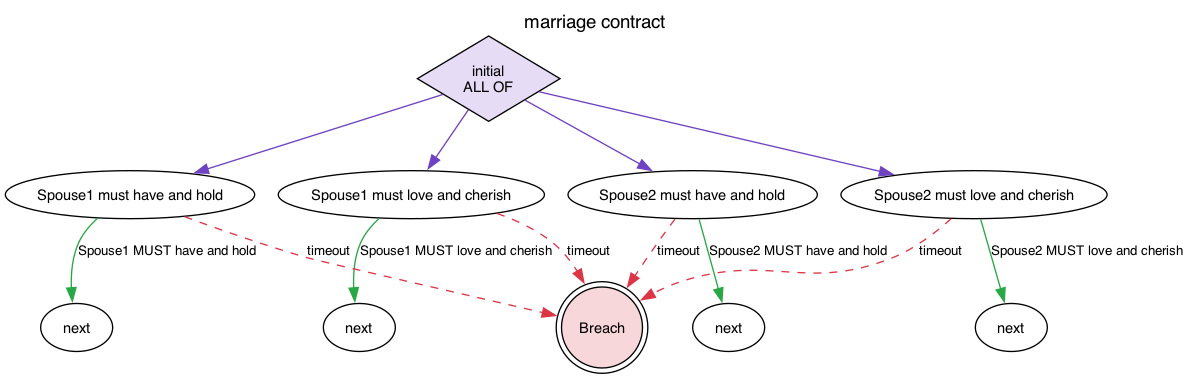
This is jl4/examples/state-graphs/marriagecontract.png from legalese/l4-ide, a Graphviz export, as it was before one commit. Its source is kept beside it as jl4/examples/state-graphs/marriagecontract.dot.
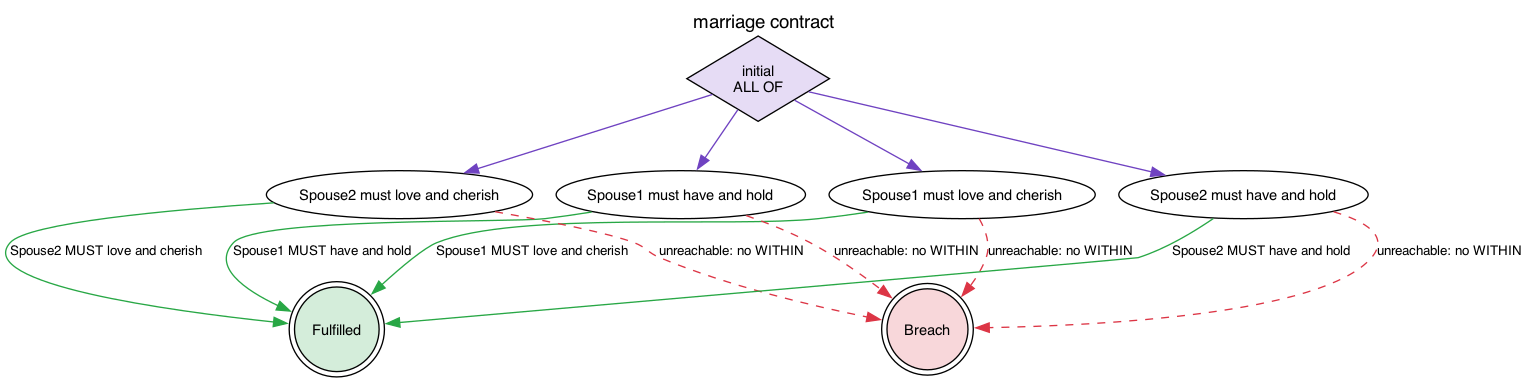
Later version of the same file.

What changed in the source:
```diff
@@ -18,11 +18,11 @@
       ,style=filled
       ,shape=ellipse
       ,fillcolor="#ffffff"];
-    2 [label=next
+    2 [label=Fulfilled
       ,fillcolor=white
       ,style=filled
-      ,shape=ellipse
-      ,fillcolor="#ffffff"];
+      ,shape=doublecircle
+      ,fillcolor="#d4edda"];
     3 [label=Breach
       ,fillcolor=white
       ,style=filled
@@ -33,27 +33,12 @@
       ,style=filled
       ,shape=ellipse
       ,fillcolor="#ffffff"];
-    5 [label=next
+    5 [label="Spouse2 must love and cherish"
       ,fillcolor=white
       ,style=filled
       ,shape=ellipse
       ,fillcolor="#ffffff"];
-    6 [label="Spouse2 must love and cherish"
-      ,fillcolor=white
-      ,style=filled
-      ,shape=ellipse
-      ,fillcolor="#ffffff"];
-    7 [label=next
-      ,fillcolor=white
-      ,style=filled
-      ,shape=ellipse
-      ,fillcolor="#ffffff"];
-    8 [label="Spouse2 must have and hold"
-      ,fillcolor=white
-      ,style=filled
-      ,shape=ellipse
-      ,fillcolor="#ffffff"];
-    9 [label=next
+    6 [label="Spouse2 must have and hold"
       ,fillcolor=white
       ,style=filled
       ,shape=ellipse
@@ -64,34 +49,34 @@
     0 -> 4 [label=""
            ,color="#6f42c1"
            ,style=solid];
-    0 -> 6 [label=""
+    0 -> 5 [label=""
            ,color="#6f42c1"
            ,style=solid];
-    0 -> 8 [label=""
+    0 -> 6 [label=""
            ,color="#6f42c1"
            ,style=solid];
     1 -> 2 [label="Spouse1 MUST love and cherish"
            ,color="#28a745"
            ,style=solid];
-    1 -> 3 [label=timeout
+    1 -> 3 [label="unreachable: no WITHIN"
            ,color="#dc3545"
            ,style=dashed];
-    4 -> 3 [label=timeout
+    4 -> 2 [label="Spouse1 MUST have and hold"
+           ,color="#28a745"
+           ,style=solid];
+    4 -> 3 [label="unreachable: no WITHIN"
            ,color="#dc3545"
            ,style=dashed];
-    4 -> 5 [label="Spouse1 MUST have and hold"
+    5 -> 2 [label="Spouse2 MUST love and cherish"
            ,color="#28a745"
            ,style=solid];
-    6 -> 3 [label=timeout
+    5 -> 3 [label="unreachable: no WITHIN"
            ,color="#dc3545"
            ,style=dashed];
-    6 -> 7 [label="Spouse2 MUST love and cherish"
+    6 -> 2 [label="Spouse2 MUST have and hold"
            ,color="#28a745"
            ,style=solid];
-    8 -> 3 [label=timeout
+    6 -> 3 [label="unreachable: no WITHIN"
            ,color="#dc3545"
            ,style=dashed];
-    8 -> 9 [label="Spouse2 MUST have and hold"
-           ,color="#28a745"
-           ,style=solid];
 }
```
